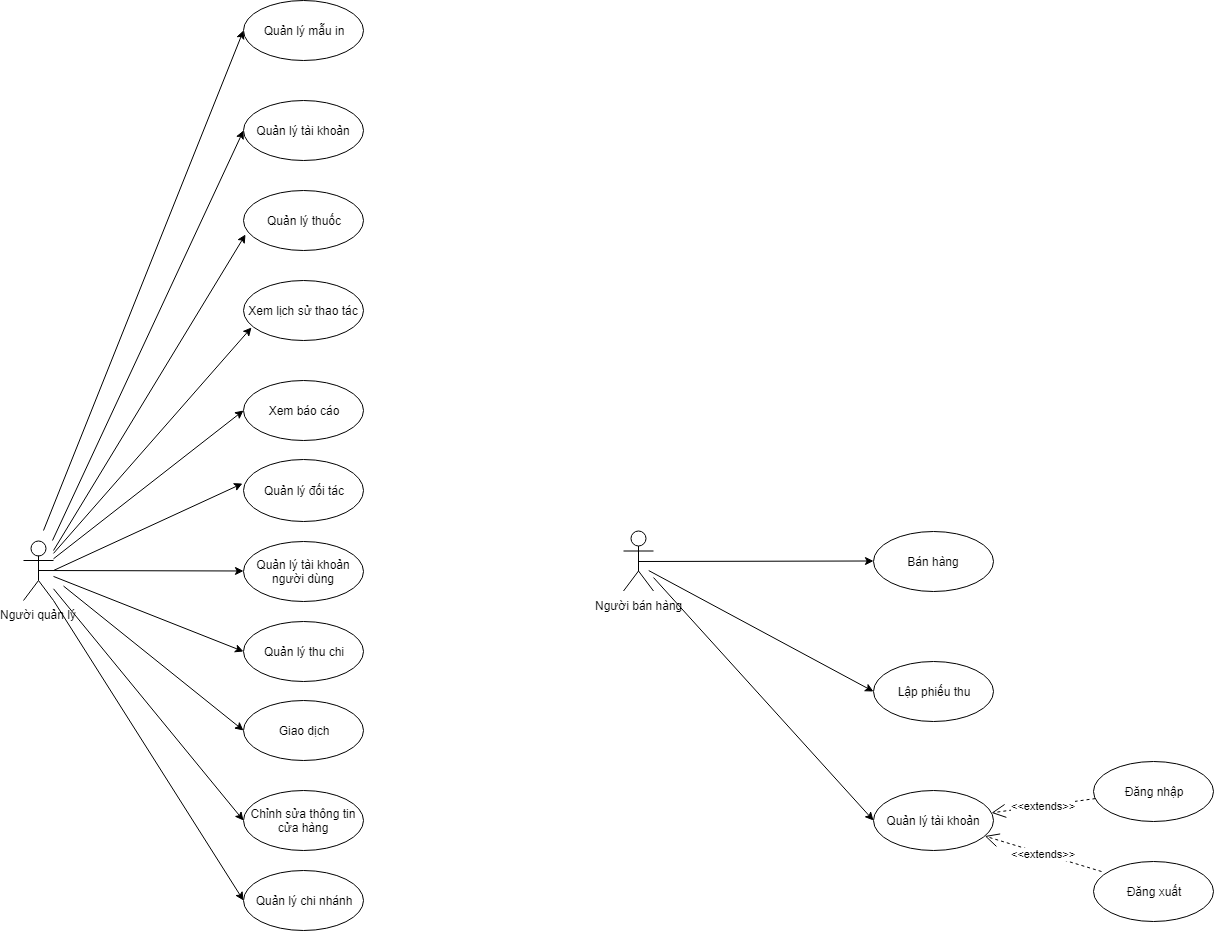
Earlier version of the draw.io export UC diagrams/UC tổng quan.png (Linkadi98/Software-Requirement-Analystic). Source tidied: cells renumbered, new cells last; positions are measured from the earlier drawing's top-left corner, leaving out a move shared by most shapes. Source of this version:
```xml
<mxGraphModel>
  <root>
    <mxCell id="0" />
    <mxCell id="1" parent="0" />
    <mxCell id="2" value="Người quản lý&lt;br&gt;" style="shape=umlActor;verticalLabelPosition=bottom;labelBackgroundColor=#ffffff;verticalAlign=top;html=1;outlineConnect=0;" parent="1" vertex="1">
      <mxGeometry y="540" width="30" height="60" as="geometry" />
    </mxCell>
    <mxCell id="3" value="Quản lý thuốc&lt;br&gt;" style="ellipse;whiteSpace=wrap;html=1;" parent="1" vertex="1">
      <mxGeometry x="220" y="190" width="120" height="60" as="geometry" />
    </mxCell>
    <mxCell id="4" value="Quản lý thu chi&lt;br&gt;" style="ellipse;whiteSpace=wrap;html=1;" parent="1" vertex="1">
      <mxGeometry x="220" y="620.5" width="120" height="60" as="geometry" />
    </mxCell>
    <mxCell id="5" value="Xem báo cáo&lt;br&gt;" style="ellipse;whiteSpace=wrap;html=1;" parent="1" vertex="1">
      <mxGeometry x="220" y="380" width="120" height="60" as="geometry" />
    </mxCell>
    <mxCell id="6" value="Giao dịch&lt;br&gt;" style="ellipse;whiteSpace=wrap;html=1;" parent="1" vertex="1">
      <mxGeometry x="220" y="700" width="120" height="60" as="geometry" />
    </mxCell>
    <mxCell id="7" value="Quản lý tài khoản&lt;br&gt;" style="ellipse;whiteSpace=wrap;html=1;" parent="1" vertex="1">
      <mxGeometry x="220" y="100" width="120" height="60" as="geometry" />
    </mxCell>
    <mxCell id="8" value="Quản lý đối tác&lt;br&gt;" style="ellipse;whiteSpace=wrap;html=1;" parent="1" vertex="1">
      <mxGeometry x="220" y="459" width="120" height="62" as="geometry" />
    </mxCell>
    <mxCell id="9" style="endArrow=classic;html=1;entryX=-0.008;entryY=0.383;entryDx=0;entryDy=0;entryPerimeter=0;" parent="1" edge="1" target="8">
      <mxGeometry relative="1" as="geometry">
        <mxPoint x="30" y="570" as="sourcePoint" />
      </mxGeometry>
    </mxCell>
    <mxCell id="10" style="endArrow=classic;html=1;entryX=0.017;entryY=0.733;entryDx=0;entryDy=0;entryPerimeter=0;" parent="1" edge="1" target="3">
      <mxGeometry relative="1" as="geometry">
        <mxPoint x="30" y="550" as="sourcePoint" />
      </mxGeometry>
    </mxCell>
    <mxCell id="11" style="endArrow=classic;html=1;entryX=0;entryY=0.5;entryDx=0;entryDy=0;" parent="1" edge="1" source="2" target="4">
      <mxGeometry relative="1" as="geometry" />
    </mxCell>
    <mxCell id="12" style="endArrow=classic;html=1;entryX=0;entryY=0.5;entryDx=0;entryDy=0;" parent="1" edge="1" source="2" target="7">
      <mxGeometry relative="1" as="geometry" />
    </mxCell>
    <mxCell id="13" value="Quản lý tài khoản người dùng&lt;br&gt;" style="ellipse;whiteSpace=wrap;html=1;" parent="1" vertex="1">
      <mxGeometry x="220" y="540.5" width="120" height="60" as="geometry" />
    </mxCell>
    <mxCell id="14" value="Chỉnh sửa thông tin cửa hàng&lt;br&gt;" style="ellipse;whiteSpace=wrap;html=1;" parent="1" vertex="1">
      <mxGeometry x="220" y="790" width="120" height="60" as="geometry" />
    </mxCell>
    <mxCell id="15" value="Quản lý chi nhánh&lt;br&gt;" style="ellipse;whiteSpace=wrap;html=1;" parent="1" vertex="1">
      <mxGeometry x="220" y="870" width="120" height="60" as="geometry" />
    </mxCell>
    <mxCell id="16" value="Quản lý mẫu in&lt;br&gt;" style="ellipse;whiteSpace=wrap;html=1;" parent="1" vertex="1">
      <mxGeometry x="220" width="120" height="60" as="geometry" />
    </mxCell>
    <mxCell id="17" style="endArrow=classic;html=1;exitX=0.5;exitY=0.5;exitDx=0;exitDy=0;exitPerimeter=0;" parent="1" edge="1" source="2" target="13">
      <mxGeometry relative="1" as="geometry" />
    </mxCell>
    <mxCell id="18" style="endArrow=classic;html=1;entryX=0;entryY=0.5;entryDx=0;entryDy=0;" parent="1" edge="1" source="2" target="14">
      <mxGeometry relative="1" as="geometry" />
    </mxCell>
    <mxCell id="19" style="endArrow=classic;html=1;entryX=0;entryY=0.5;entryDx=0;entryDy=0;" parent="1" edge="1" target="15">
      <mxGeometry relative="1" as="geometry">
        <mxPoint x="30" y="600" as="sourcePoint" />
      </mxGeometry>
    </mxCell>
    <mxCell id="20" style="endArrow=classic;html=1;entryX=0;entryY=0.5;entryDx=0;entryDy=0;" parent="1" edge="1" target="16">
      <mxGeometry relative="1" as="geometry">
        <mxPoint x="20" y="530" as="sourcePoint" />
      </mxGeometry>
    </mxCell>
    <mxCell id="21" value="Xem lịch sử thao tác&lt;br&gt;" style="ellipse;whiteSpace=wrap;html=1;" parent="1" vertex="1">
      <mxGeometry x="220" y="280" width="120" height="60" as="geometry" />
    </mxCell>
    <mxCell id="22" style="endArrow=classic;html=1;entryX=0.067;entryY=0.783;entryDx=0;entryDy=0;entryPerimeter=0;" parent="1" edge="1" source="2" target="21">
      <mxGeometry relative="1" as="geometry" />
    </mxCell>
    <mxCell id="23" value="Người bán hàng" style="shape=umlActor;verticalLabelPosition=bottom;labelBackgroundColor=#ffffff;verticalAlign=top;html=1;outlineConnect=0;" parent="1" vertex="1">
      <mxGeometry x="600" y="530.5" width="30" height="60" as="geometry" />
    </mxCell>
    <mxCell id="24" value="Bán hàng&lt;br&gt;" style="ellipse;whiteSpace=wrap;html=1;" parent="1" vertex="1">
      <mxGeometry x="850" y="530.5" width="120" height="60" as="geometry" />
    </mxCell>
    <mxCell id="25" value="Lập phiếu thu&lt;br&gt;" style="ellipse;whiteSpace=wrap;html=1;" parent="1" vertex="1">
      <mxGeometry x="850" y="660.5" width="120" height="60" as="geometry" />
    </mxCell>
    <mxCell id="26" style="endArrow=classic;html=1;exitX=0.5;exitY=0.5;exitDx=0;exitDy=0;exitPerimeter=0;" parent="1" edge="1" source="23" target="24">
      <mxGeometry relative="1" as="geometry" />
    </mxCell>
    <mxCell id="27" style="endArrow=classic;html=1;exitX=0.5;exitY=0.5;exitDx=0;exitDy=0;exitPerimeter=0;entryX=0;entryY=0.5;entryDx=0;entryDy=0;" parent="1" edge="1" target="25">
      <mxGeometry relative="1" as="geometry">
        <mxPoint x="625.2" y="570.1" as="sourcePoint" />
      </mxGeometry>
    </mxCell>
    <mxCell id="28" value="Quản lý tài khoản" style="ellipse;whiteSpace=wrap;html=1;" parent="1" vertex="1">
      <mxGeometry x="850" y="790" width="120" height="60" as="geometry" />
    </mxCell>
    <mxCell id="29" value="Đăng nhập&lt;br&gt;" style="ellipse;whiteSpace=wrap;html=1;" parent="1" vertex="1">
      <mxGeometry x="1070" y="760.5" width="120" height="60" as="geometry" />
    </mxCell>
    <mxCell id="30" value="Đăng xuất" style="ellipse;whiteSpace=wrap;html=1;" parent="1" vertex="1">
      <mxGeometry x="1070" y="860.5" width="120" height="60" as="geometry" />
    </mxCell>
    <mxCell id="31" style="endArrow=classic;html=1;entryX=0;entryY=0.5;entryDx=0;entryDy=0;" parent="1" edge="1" source="23" target="28">
      <mxGeometry relative="1" as="geometry" />
    </mxCell>
    <mxCell id="32" value="&amp;lt;&amp;lt;extends&amp;gt;&amp;gt;&lt;br&gt;" style="endArrow=open;endSize=12;dashed=1;html=1;" parent="1" edge="1" source="29" target="28">
      <mxGeometry relative="1" as="geometry" />
    </mxCell>
    <mxCell id="33" value="&amp;lt;&amp;lt;extends&amp;gt;&amp;gt;&lt;br&gt;" style="endArrow=open;endSize=12;dashed=1;html=1;exitX=0.067;exitY=0.167;exitDx=0;exitDy=0;exitPerimeter=0;" parent="1" edge="1" source="30" target="28">
      <mxGeometry relative="1" as="geometry" />
    </mxCell>
    <mxCell id="34" style="endArrow=classic;html=1;entryX=0;entryY=0.5;entryDx=0;entryDy=0;" parent="1" edge="1" source="2" target="5">
      <mxGeometry relative="1" as="geometry" />
    </mxCell>
    <mxCell id="35" style="endArrow=classic;html=1;entryX=0;entryY=0.5;entryDx=0;entryDy=0;entryPerimeter=0;" parent="1" edge="1" target="6">
      <mxGeometry relative="1" as="geometry">
        <mxPoint x="40" y="585.6" as="sourcePoint" />
      </mxGeometry>
    </mxCell>
  </root>
</mxGraphModel>
```
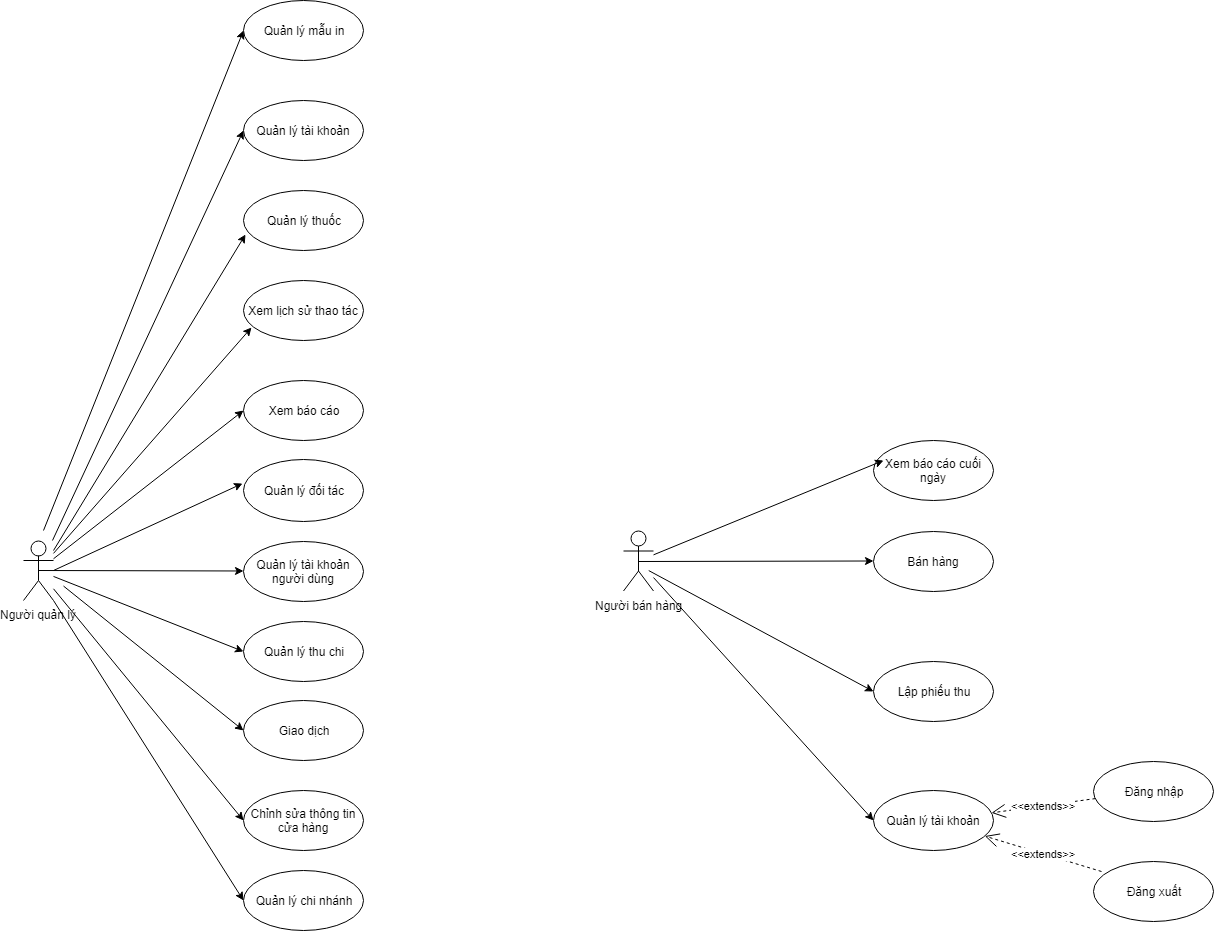
Later version of the same file.

What changed in the source:
```diff
@@ -116,5 +116,13 @@
         <mxPoint x="40" y="585.6" as="sourcePoint" />
       </mxGeometry>
     </mxCell>
+    <mxCell id="36" value="Xem báo cáo cuối ngày" style="ellipse;whiteSpace=wrap;html=1;" parent="1" vertex="1">
+      <mxGeometry x="850" y="440" width="120" height="60" as="geometry" />
+    </mxCell>
+    <mxCell id="37" style="endArrow=classic;html=1;" parent="1" edge="1" source="23">
+      <mxGeometry relative="1" as="geometry">
+        <mxPoint x="860" y="460" as="targetPoint" />
+      </mxGeometry>
+    </mxCell>
   </root>
 </mxGraphModel>
```
